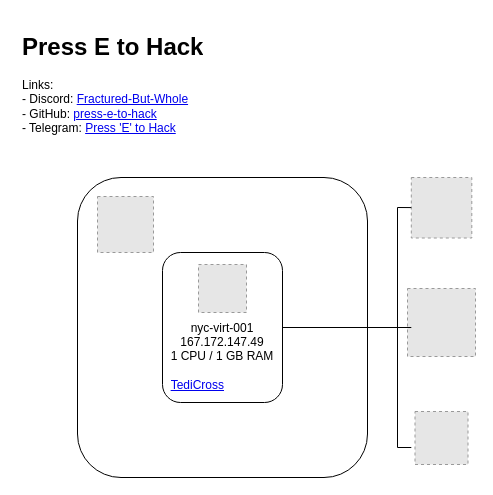
Above: doc/diagram/infrastructure.drawio in press-e-to-hack/infrastructure (draw.io), before the change. Source tidied: cells renumbered, new cells numbered last; positions are measured from the earlier drawing's top-left corner, leaving out a move shared by most shapes. Both pictures are drawn from the tidied source at 100%, with x=0, y=0 at pixel (17, 27). Pictures stored in the file or linked from it are replaced by grey dashed boxes.
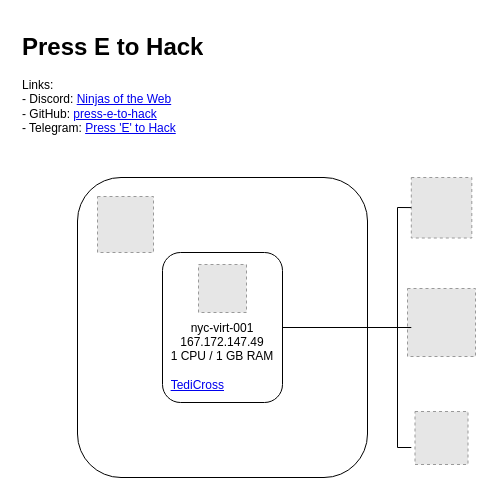
The same diagram, later.

Diff of the diagram source:
```diff
@@
-    <mxCell id="6" value="&lt;h1&gt;Press E to Hack&lt;/h1&gt;&lt;div&gt;Links:&lt;br&gt;&lt;/div&gt;&lt;div&gt;- Discord: &lt;a href=&quot;https://discord.gg/AXvDb3B&quot;&gt;Fractured-But-Whole&lt;/a&gt;&lt;br&gt;&lt;/div&gt;&lt;div&gt;- GitHub: &lt;a href=&quot;https://github.com/press-e-to-hack&quot;&gt;press-e-to-hack&lt;/a&gt;&lt;/div&gt;&lt;div&gt;- Telegram: &lt;a href=&quot;https://t.me/joinchat/HQIQLE6zEE0476QY1d_ANA&quot;&gt;Press 'E' to Hack&lt;/a&gt;&lt;br&gt;&lt;/div&gt;" style="text;html=1;strokeColor=none;fillColor=none;spacing=5;spacingTop=-20;whiteSpace=wrap;overflow=hidden;rounded=0;" parent="1" vertex="1">
+    <mxCell id="6" value="&lt;h1&gt;Press E to Hack&lt;/h1&gt;&lt;div&gt;Links:&lt;br&gt;&lt;/div&gt;&lt;div&gt;- Discord: &lt;a href=&quot;https://discord.gg/AXvDb3B&quot;&gt;Ninjas of the Web&lt;/a&gt;&lt;br&gt;&lt;/div&gt;&lt;div&gt;- GitHub: &lt;a href=&quot;https://github.com/press-e-to-hack&quot;&gt;press-e-to-hack&lt;/a&gt;&lt;/div&gt;&lt;div&gt;- Telegram: &lt;a href=&quot;https://t.me/joinchat/HQIQLE6zEE0476QY1d_ANA&quot;&gt;Press 'E' to Hack&lt;/a&gt;&lt;br&gt;&lt;/div&gt;" style="text;html=1;strokeColor=none;fillColor=none;spacing=5;spacingTop=-20;whiteSpace=wrap;overflow=hidden;rounded=0;" parent="1" vertex="1">
       <mxGeometry width="300" height="120" as="geometry" />
     </mxCell>
```
